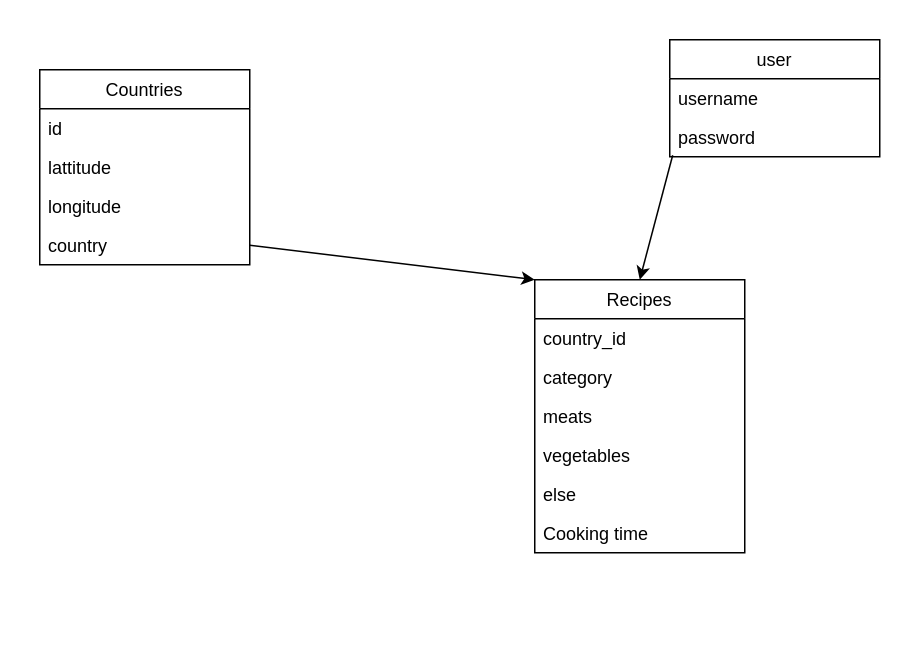
GijsdeJongh/test keeps this draw.io diagram as Untitled Diagram.drawio. Above is the earlier version. Source tidied: cells renumbered, new cells numbered last; positions are measured from the earlier drawing's top-left corner, leaving out a move shared by most shapes. Both pictures are drawn from the tidied source at 150%, with x=0, y=0 at pixel (39, 39).
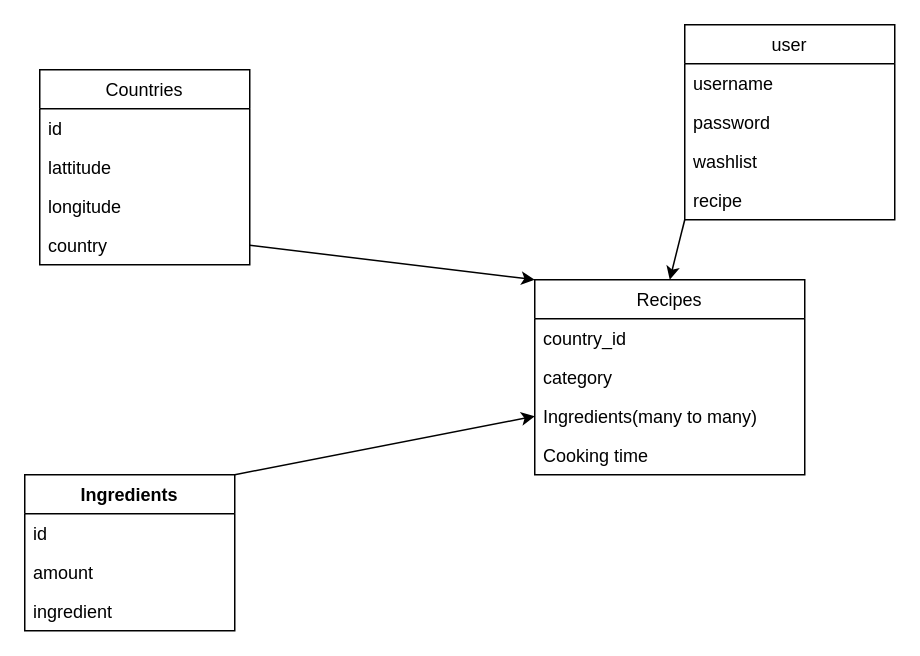
After the change.

The change refers to these unchanged cells:
```xml
<mxCell id="17" value="password" style="text;strokeColor=none;fillColor=none;align=left;verticalAlign=top;spacingLeft=4;spacingRight=4;overflow=hidden;points=[[0,0.5],[1,0.5]];portConstraint=eastwest;" parent="15" vertex="1">
  <mxGeometry y="52" width="140" height="26" as="geometry" />
</mxCell>
```

Diff of the diagram source:
```diff
@@
     <mxCell id="7" value="Recipes" style="swimlane;fontStyle=0;horizontal=1;startSize=26;fillColor=none;" parent="1" vertex="1">
-      <mxGeometry x="330" y="160" width="140" height="182" as="geometry" />
+      <mxGeometry x="330" y="160" width="180" height="130" as="geometry" />
     </mxCell>
     <mxCell id="8" value="country_id" style="text;strokeColor=none;fillColor=none;align=left;verticalAlign=top;spacingLeft=4;spacingRight=4;overflow=hidden;" parent="7" vertex="1">
-      <mxGeometry y="26" width="140" height="26" as="geometry" />
+      <mxGeometry y="26" width="180" height="26" as="geometry" />
     </mxCell>
     <mxCell id="9" value="category" style="text;strokeColor=none;fillColor=none;align=left;verticalAlign=top;spacingLeft=4;spacingRight=4;overflow=hidden;" parent="7" vertex="1">
-      <mxGeometry y="52" width="140" height="26" as="geometry" />
+      <mxGeometry y="52" width="180" height="26" as="geometry" />
     </mxCell>
-    <mxCell id="10" value="meats" style="text;strokeColor=none;fillColor=none;align=left;verticalAlign=top;spacingLeft=4;spacingRight=4;overflow=hidden;" parent="7" vertex="1">
-      <mxGeometry y="78" width="140" height="26" as="geometry" />
-    </mxCell>
-    <mxCell id="11" value="vegetables" style="text;strokeColor=none;fillColor=none;align=left;verticalAlign=top;spacingLeft=4;spacingRight=4;overflow=hidden;points=[[0,0.5],[1,0.5]];portConstraint=eastwest;" parent="7" vertex="1">
-      <mxGeometry y="104" width="140" height="26" as="geometry" />
+    <mxCell id="11" value="Ingredients(many to many)" style="text;strokeColor=none;fillColor=none;align=left;verticalAlign=top;spacingLeft=4;spacingRight=4;overflow=hidden;points=[[0,0.5],[1,0.5]];portConstraint=eastwest;" parent="7" vertex="1">
+      <mxGeometry y="78" width="180" height="26" as="geometry" />
     </mxCell>
-    <mxCell id="12" value="else" style="text;strokeColor=none;fillColor=none;align=left;verticalAlign=top;spacingLeft=4;spacingRight=4;overflow=hidden;" parent="7" vertex="1">
-      <mxGeometry y="130" width="140" height="26" as="geometry" />
-    </mxCell>
     <mxCell id="13" value="Cooking time" style="text;strokeColor=none;fillColor=none;align=left;verticalAlign=top;spacingLeft=4;spacingRight=4;overflow=hidden;" parent="7" vertex="1">
-      <mxGeometry y="156" width="140" height="26" as="geometry" />
+      <mxGeometry y="104" width="180" height="26" as="geometry" />
     </mxCell>
@@
     <mxCell id="15" value="user" style="swimlane;fontStyle=0;horizontal=1;startSize=26;fillColor=none;" parent="1" vertex="1">
-      <mxGeometry x="420" width="140" height="78" as="geometry" />
+      <mxGeometry x="430" y="-10" width="140" height="130" as="geometry" />
     </mxCell>
@@
+    <mxCell id="19" value="washlist" style="text;strokeColor=none;fillColor=none;align=left;verticalAlign=top;spacingLeft=4;spacingRight=4;overflow=hidden;" parent="15" vertex="1">
+      <mxGeometry y="78" width="140" height="26" as="geometry" />
+    </mxCell>
+    <mxCell id="20" value="recipe" style="text;strokeColor=none;fillColor=none;align=left;verticalAlign=top;spacingLeft=4;spacingRight=4;overflow=hidden;" parent="15" vertex="1">
+      <mxGeometry y="104" width="140" height="26" as="geometry" />
+    </mxCell>
-    <mxCell id="18" style="endArrow=classic;html=1;exitX=0.014;exitY=0.962;exitDx=0;exitDy=0;exitPerimeter=0;entryX=0.5;entryY=0;entryDx=0;entryDy=0;" parent="1" edge="1" source="17" target="7">
+    <mxCell id="18" style="endArrow=classic;html=1;entryX=0.5;entryY=0;entryDx=0;entryDy=0;exitX=0;exitY=1;exitDx=0;exitDy=0;" parent="1" edge="1" source="15" target="7">
       <mxGeometry relative="1" as="geometry" />
     </mxCell>
+    <mxCell id="21" value="Ingredients" style="swimlane;fontStyle=1;horizontal=1;startSize=26;fillColor=none;" parent="1" vertex="1">
+      <mxGeometry x="-10" y="290" width="140" height="104" as="geometry" />
+    </mxCell>
+    <mxCell id="22" value="id" style="text;strokeColor=none;fillColor=none;align=left;verticalAlign=top;spacingLeft=4;spacingRight=4;overflow=hidden;" parent="21" vertex="1">
+      <mxGeometry y="26" width="140" height="26" as="geometry" />
+    </mxCell>
+    <mxCell id="23" value="amount" style="text;strokeColor=none;fillColor=none;align=left;verticalAlign=top;spacingLeft=4;spacingRight=4;overflow=hidden;" parent="21" vertex="1">
+      <mxGeometry y="52" width="140" height="26" as="geometry" />
+    </mxCell>
+    <mxCell id="24" value="ingredient" style="text;strokeColor=none;fillColor=none;align=left;verticalAlign=top;spacingLeft=4;spacingRight=4;overflow=hidden;" parent="21" vertex="1">
+      <mxGeometry y="78" width="140" height="26" as="geometry" />
+    </mxCell>
+    <mxCell id="25" style="endArrow=classic;html=1;exitX=1;exitY=0;exitDx=0;exitDy=0;entryX=0;entryY=0.5;entryDx=0;entryDy=0;" parent="1" edge="1" source="21" target="11">
+      <mxGeometry relative="1" as="geometry" />
+    </mxCell>
```
